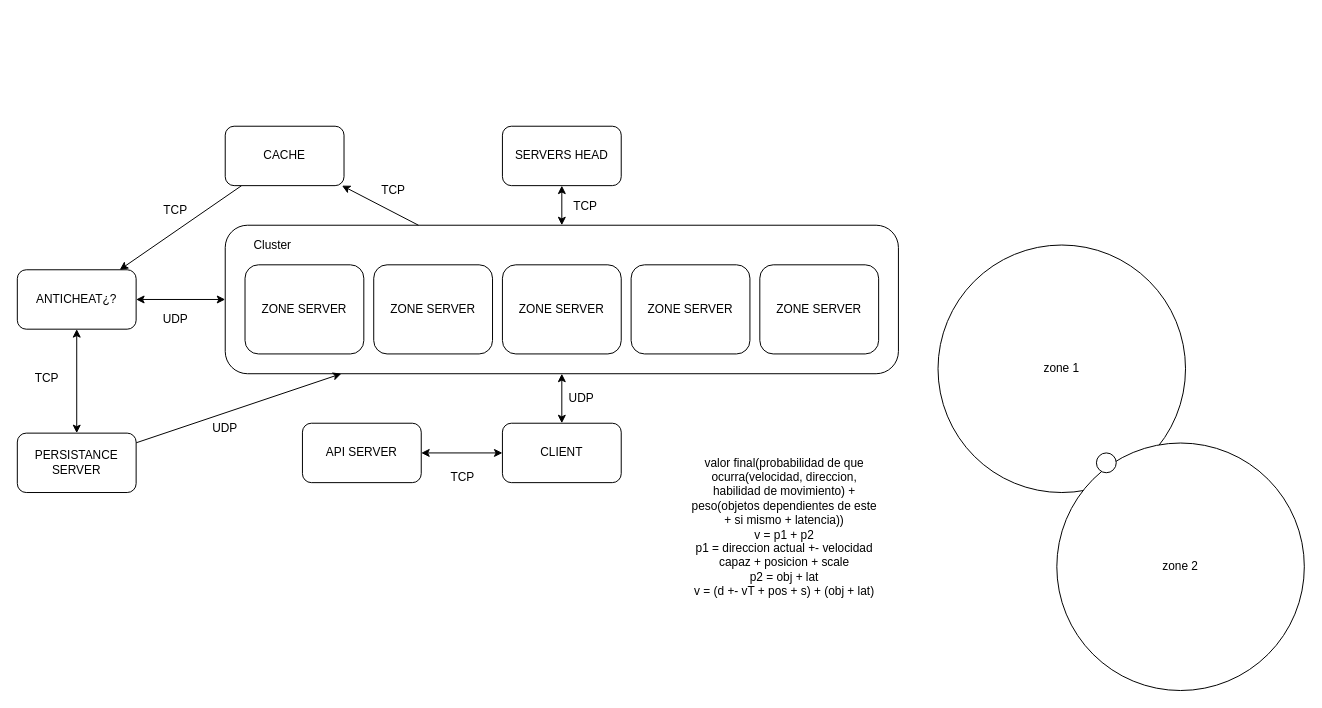
Before: Network Haruka.drawio in Andonigt04/dgs, a draw.io diagram. Source tidied: cells renumbered, new cells numbered last; positions are measured from the earlier drawing's top-left corner, leaving out a move shared by most shapes. Both pictures are drawn from the tidied source at 99%, with x=0, y=0 at pixel (17, 126).
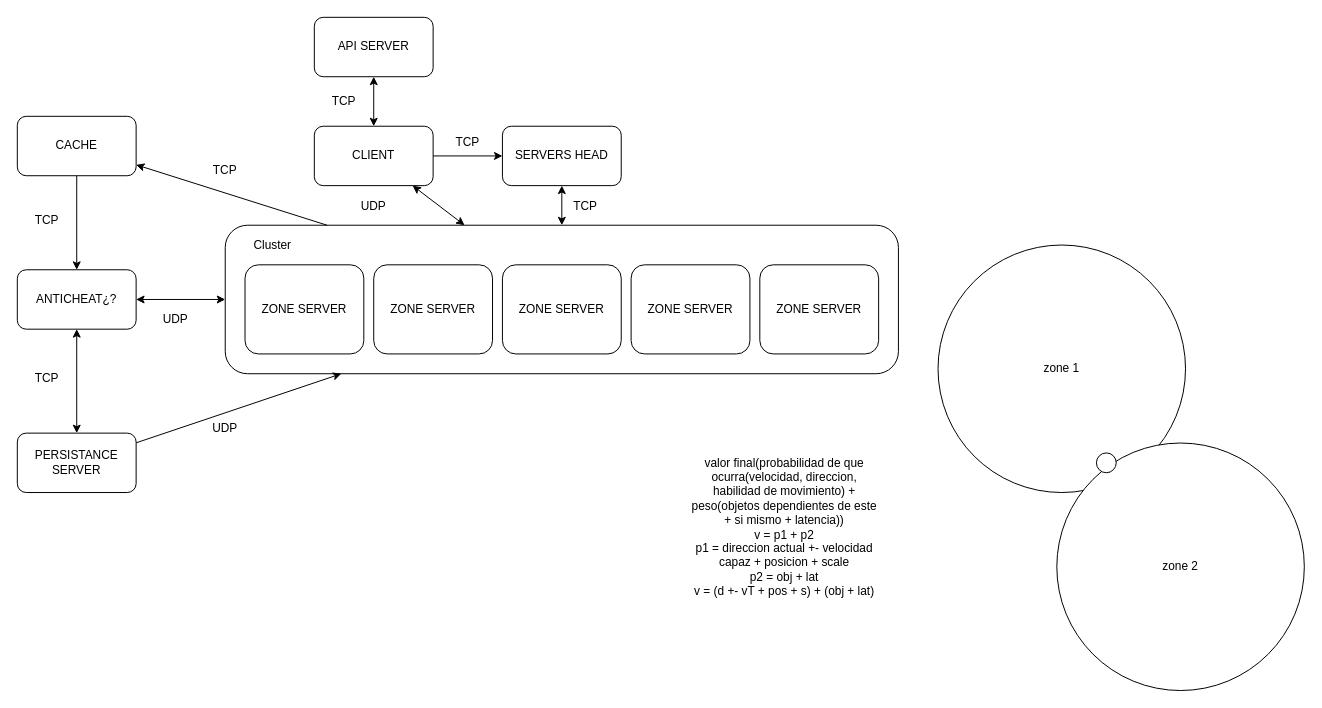
Above is the later version.

Unchanged cells that the change refers to:
```xml
<mxCell id="5" value="SERVERS HEAD" style="rounded=1;whiteSpace=wrap;html=1;" parent="1" vertex="1">
  <mxGeometry x="490" width="120" height="60" as="geometry" />
</mxCell>
<mxCell id="6" style="rounded=1;whiteSpace=wrap;html=1;" parent="1" vertex="1">
  <mxGeometry x="210" y="100" width="680" height="150" as="geometry" />
</mxCell>
```

Change to the diagram source:
```diff
@@
-    <mxCell id="2" style="edgeStyle=orthogonalEdgeStyle;rounded=0;jettySize=auto;html=1;startArrow=classic;startFill=1;" parent="1" edge="1" source="3" target="6">
+    <mxCell id="2" style="rounded=0;jettySize=auto;html=1;startArrow=classic;startFill=1;" parent="1" edge="1" source="3" target="6">
       <mxGeometry relative="1" as="geometry" />
     </mxCell>
+    <mxCell id="35" style="rounded=0;jettySize=auto;html=1;" parent="1" edge="1" source="3" target="5">
+      <mxGeometry relative="1" as="geometry" />
+    </mxCell>
     <mxCell id="3" value="CLIENT" style="rounded=1;whiteSpace=wrap;html=1;" parent="1" vertex="1">
-      <mxGeometry x="490" y="300" width="120" height="60" as="geometry" />
+      <mxGeometry x="300" width="120" height="60" as="geometry" />
     </mxCell>
@@
     <mxCell id="24" value="CACHE" style="rounded=1;whiteSpace=wrap;html=1;" parent="1" vertex="1">
-      <mxGeometry x="210" width="120" height="60" as="geometry" />
+      <mxGeometry y="-10" width="120" height="60" as="geometry" />
     </mxCell>
@@
     <mxCell id="26" value="TCP" style="text;html=1;whiteSpace=wrap;strokeColor=none;fillColor=none;align=center;verticalAlign=middle;rounded=0;" parent="1" vertex="1">
-      <mxGeometry x="350" y="50" width="60" height="30" as="geometry" />
+      <mxGeometry y="80" width="60" height="30" as="geometry" />
     </mxCell>
     <mxCell id="27" value="TCP" style="text;html=1;whiteSpace=wrap;strokeColor=none;fillColor=none;align=center;verticalAlign=middle;rounded=0;" parent="1" vertex="1">
-      <mxGeometry x="130" y="70" width="60" height="30" as="geometry" />
+      <mxGeometry x="180" y="30" width="60" height="30" as="geometry" />
     </mxCell>
@@
     <mxCell id="30" value="UDP" style="text;html=1;whiteSpace=wrap;strokeColor=none;fillColor=none;align=center;verticalAlign=middle;rounded=0;" parent="1" vertex="1">
-      <mxGeometry x="540" y="260" width="60" height="30" as="geometry" />
+      <mxGeometry x="330" y="66" width="60" height="30" as="geometry" />
     </mxCell>
@@
     <mxCell id="33" value="API SERVER" style="rounded=1;whiteSpace=wrap;html=1;" parent="1" vertex="1">
-      <mxGeometry x="288" y="300" width="120" height="60" as="geometry" />
+      <mxGeometry x="300" y="-110" width="120" height="60" as="geometry" />
     </mxCell>
     <mxCell id="34" value="TCP" style="text;html=1;whiteSpace=wrap;strokeColor=none;fillColor=none;align=center;verticalAlign=middle;rounded=0;" parent="1" vertex="1">
-      <mxGeometry x="420" y="340" width="60" height="30" as="geometry" />
+      <mxGeometry x="300" y="-40" width="60" height="30" as="geometry" />
     </mxCell>
+    <mxCell id="36" value="TCP" style="text;html=1;whiteSpace=wrap;strokeColor=none;fillColor=none;align=center;verticalAlign=middle;rounded=0;" parent="1" vertex="1">
+      <mxGeometry x="425" y="1" width="60" height="30" as="geometry" />
+    </mxCell>
```
